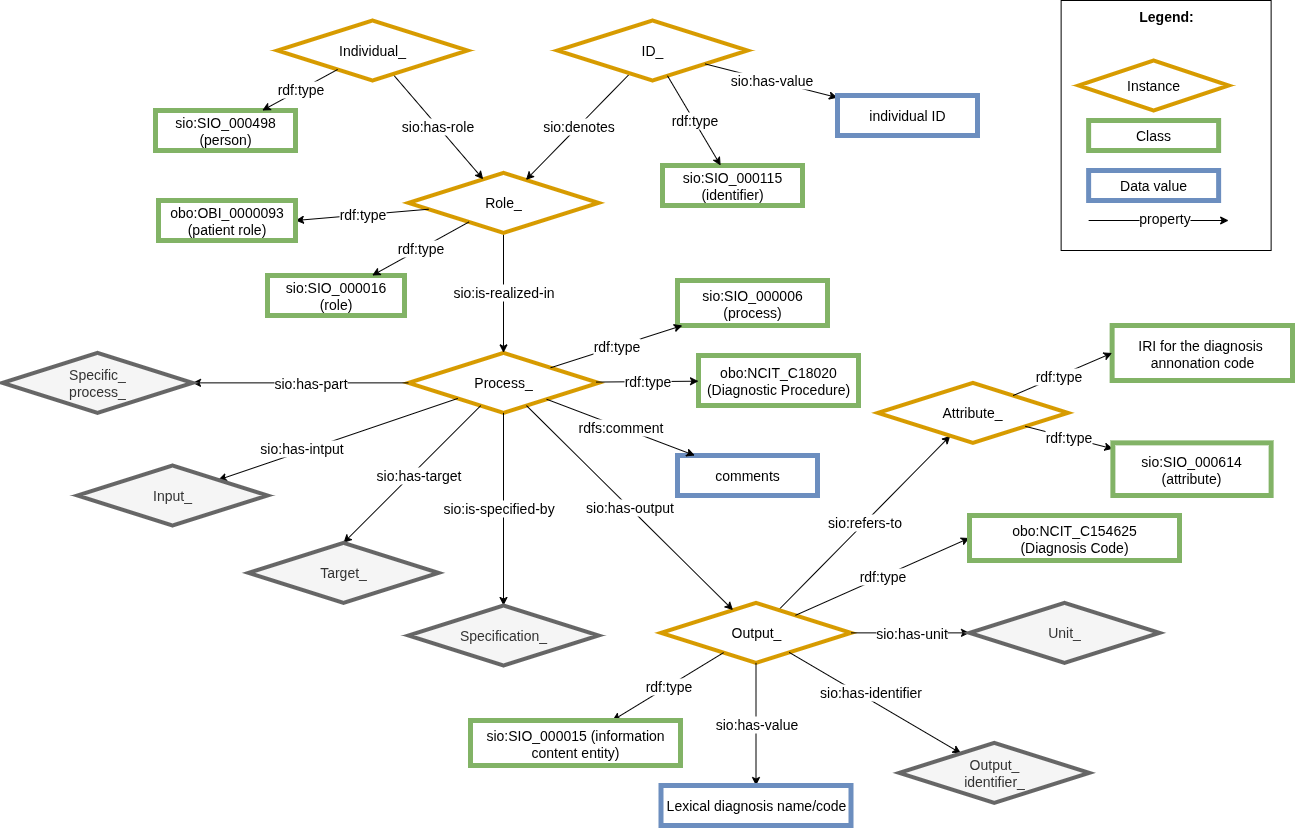
The draw.io diagram images/CARE-SM-Diagnosis.drawio.png in CARE-SM/CARE-Semantic-Model, before a commit. Source tidied: cells renumbered, new cells last; positions are measured from the earlier drawing's top-left corner, leaving out a move shared by most shapes.
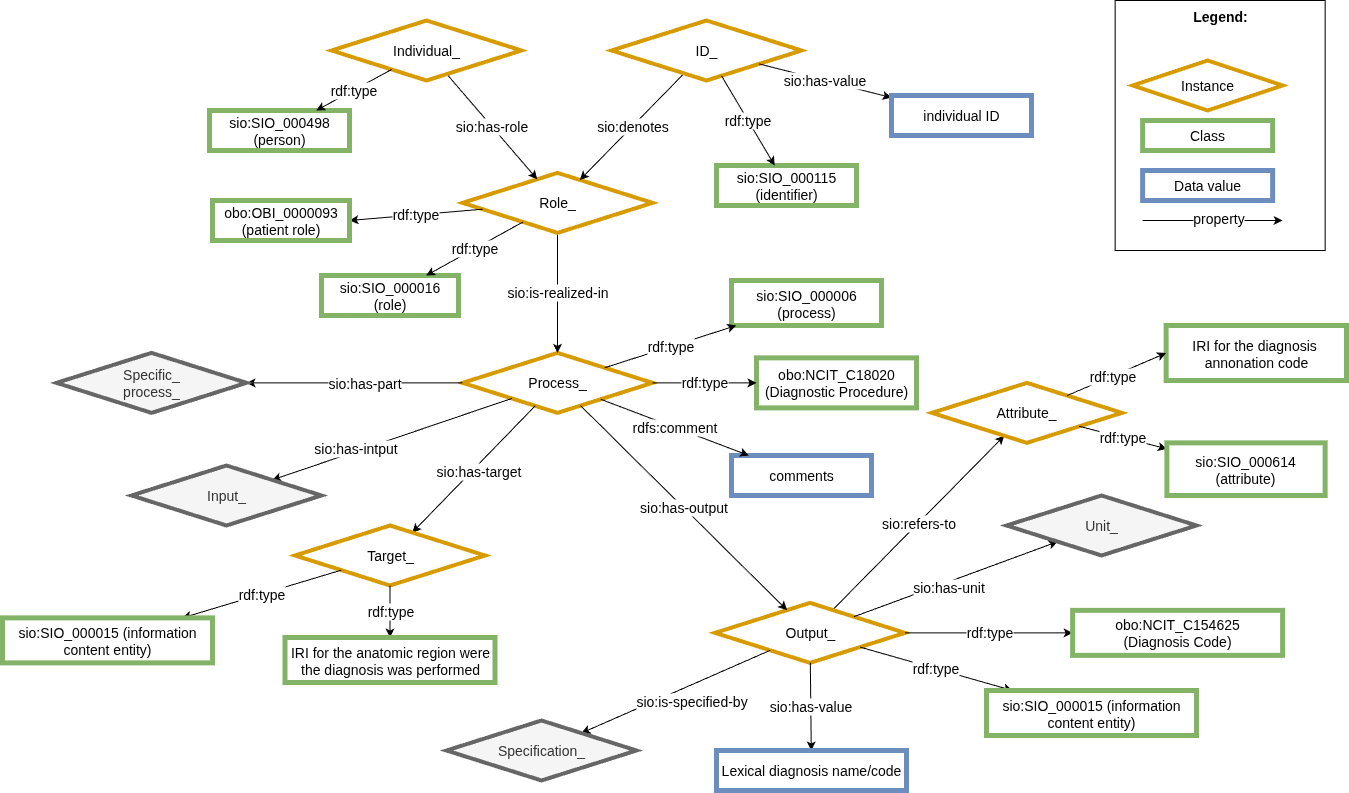
Above is the later version.

What changed in the source:
```diff
@@ -21,7 +21,7 @@
       <mxGeometry relative="1" as="geometry" />
     </mxCell>
     <mxCell id="8" value="&lt;font style=&quot;font-size: 14px;&quot;&gt;sio:SIO_000015 (information content entity)&lt;/font&gt;" style="whiteSpace=wrap;html=1;fillColor=#FFFFFF;strokeColor=#82b366;strokeWidth=5;fontSize=14;" parent="1" vertex="1">
-      <mxGeometry x="468" y="720" width="210" height="45" as="geometry" />
+      <mxGeometry x="930" y="690" width="210" height="45" as="geometry" />
     </mxCell>
     <mxCell id="9" value="Role_" style="rhombus;whiteSpace=wrap;html=1;fillColor=#FFFFFF;strokeColor=#D79B00;perimeter=rhombusPerimeter;arcSize=20;comic=0;enumerate=0;strokeWidth=4;rounded=0;fontSize=14;" parent="1" vertex="1">
       <mxGeometry x="406" y="172.4" width="190" height="60" as="geometry" />
@@ -64,7 +64,7 @@
         <mxPoint x="-61" y="18" as="offset" />
       </mxGeometry>
     </mxCell>
-    <mxCell id="22" style="edgeStyle=none;rounded=0;jettySize=auto;html=1;strokeWidth=1;fontSize=14;" parent="1" edge="1" source="4" target="24">
+    <mxCell id="22" style="edgeStyle=none;rounded=0;jettySize=auto;html=1;strokeWidth=1;fontSize=14;" parent="1" edge="1" source="3" target="24">
       <mxGeometry relative="1" as="geometry" />
     </mxCell>
     <mxCell id="23" value="sio:is-specified-by" style="edgeLabel;html=1;align=center;verticalAlign=middle;fontSize=14;" parent="22" vertex="1">
@@ -73,7 +73,7 @@
       </mxGeometry>
     </mxCell>
     <mxCell id="24" value="Specification_" style="rhombus;whiteSpace=wrap;html=1;fillColor=#f5f5f5;strokeColor=#666666;perimeter=rhombusPerimeter;arcSize=20;comic=0;enumerate=0;strokeWidth=4;rounded=0;fontSize=14;fontColor=#333333;" parent="1" vertex="1">
-      <mxGeometry x="406" y="605" width="190" height="60" as="geometry" />
+      <mxGeometry x="390" y="720" width="190" height="60" as="geometry" />
     </mxCell>
     <mxCell id="25" value="Input_" style="rhombus;whiteSpace=wrap;html=1;fillColor=#f5f5f5;strokeColor=#666666;perimeter=rhombusPerimeter;arcSize=20;comic=0;enumerate=0;strokeWidth=4;rounded=0;fontSize=14;fontColor=#333333;" parent="1" vertex="1">
       <mxGeometry x="75" y="465" width="190" height="60" as="geometry" />
@@ -87,7 +87,7 @@
       </mxGeometry>
     </mxCell>
     <mxCell id="28" value="Unit_" style="rhombus;whiteSpace=wrap;html=1;fillColor=#f5f5f5;strokeColor=#666666;perimeter=rhombusPerimeter;arcSize=20;comic=0;enumerate=0;strokeWidth=4;rounded=0;fontSize=14;fontColor=#333333;" parent="1" vertex="1">
-      <mxGeometry x="967" y="602.4" width="190" height="60" as="geometry" />
+      <mxGeometry x="950" y="495" width="190" height="60" as="geometry" />
     </mxCell>
     <mxCell id="29" value="&lt;div style=&quot;text-align: left; font-size: 14px;&quot;&gt;&lt;span style=&quot;background-color: initial; font-size: 14px;&quot;&gt;&lt;b style=&quot;font-size: 14px;&quot;&gt;&lt;font style=&quot;font-size: 14px;&quot;&gt;Legend:&lt;/font&gt;&lt;/b&gt;&lt;/span&gt;&lt;/div&gt;&lt;div style=&quot;text-align: left; font-size: 14px;&quot;&gt;&lt;span style=&quot;background-color: initial; font-size: 14px;&quot;&gt;&lt;br style=&quot;font-size: 14px;&quot;&gt;&lt;/span&gt;&lt;/div&gt;&lt;div style=&quot;text-align: left; font-size: 14px;&quot;&gt;&lt;span style=&quot;background-color: initial; font-size: 14px;&quot;&gt;&lt;br style=&quot;font-size: 14px;&quot;&gt;&lt;/span&gt;&lt;/div&gt;&lt;div style=&quot;text-align: left; font-size: 14px;&quot;&gt;&lt;span style=&quot;background-color: initial; font-size: 14px;&quot;&gt;&lt;br style=&quot;font-size: 14px;&quot;&gt;&lt;/span&gt;&lt;/div&gt;&lt;div style=&quot;text-align: left; font-size: 14px;&quot;&gt;&lt;br style=&quot;font-size: 14px;&quot;&gt;&lt;/div&gt;&lt;div style=&quot;text-align: left; font-size: 14px;&quot;&gt;&lt;br style=&quot;font-size: 14px;&quot;&gt;&lt;/div&gt;&lt;div style=&quot;text-align: left; font-size: 14px;&quot;&gt;&lt;br style=&quot;font-size: 14px;&quot;&gt;&lt;/div&gt;&lt;div style=&quot;text-align: left; font-size: 14px;&quot;&gt;&lt;br style=&quot;font-size: 14px;&quot;&gt;&lt;/div&gt;&lt;div style=&quot;text-align: left; font-size: 14px;&quot;&gt;&lt;br style=&quot;font-size: 14px;&quot;&gt;&lt;/div&gt;&lt;div style=&quot;text-align: left; font-size: 14px;&quot;&gt;&lt;span style=&quot;background-color: initial; font-size: 14px;&quot;&gt;&lt;br style=&quot;font-size: 14px;&quot;&gt;&lt;/span&gt;&lt;/div&gt;&lt;div style=&quot;text-align: left; font-size: 14px;&quot;&gt;&lt;span style=&quot;background-color: initial; font-size: 14px;&quot;&gt;&lt;br style=&quot;font-size: 14px;&quot;&gt;&lt;/span&gt;&lt;/div&gt;&lt;div style=&quot;text-align: left; font-size: 14px;&quot;&gt;&lt;span style=&quot;background-color: initial; font-size: 14px;&quot;&gt;&lt;br style=&quot;font-size: 14px;&quot;&gt;&lt;/span&gt;&lt;/div&gt;&lt;div style=&quot;text-align: left; font-size: 14px;&quot;&gt;&lt;span style=&quot;background-color: initial; font-size: 14px;&quot;&gt;&lt;br style=&quot;font-size: 14px;&quot;&gt;&lt;/span&gt;&lt;/div&gt;&lt;div style=&quot;text-align: left; font-size: 14px;&quot;&gt;&lt;span style=&quot;background-color: initial; font-size: 14px;&quot;&gt;&lt;br style=&quot;font-size: 14px;&quot;&gt;&lt;/span&gt;&lt;/div&gt;" style="rounded=0;whiteSpace=wrap;html=1;fontSize=14;" parent="1" vertex="1">
       <mxGeometry x="1058.6" width="210" height="250" as="geometry" />
@@ -110,7 +110,7 @@
     <mxCell id="34" value="rdf:type" style="edgeStyle=none;rounded=0;jettySize=auto;html=1;fontSize=14;" parent="1" edge="1" source="13" target="19">
       <mxGeometry relative="1" as="geometry" />
     </mxCell>
-    <mxCell id="35" style="edgeStyle=none;rounded=0;jettySize=auto;html=1;entryX=0.5;entryY=0;entryDx=0;entryDy=0;fontSize=14;" parent="1" edge="1" source="4" target="37">
+    <mxCell id="35" style="edgeStyle=none;rounded=0;jettySize=auto;html=1;fontSize=14;" parent="1" edge="1" source="4" target="37">
       <mxGeometry relative="1" as="geometry" />
     </mxCell>
     <mxCell id="36" value="sio:has-target" style="edgeLabel;html=1;align=center;verticalAlign=middle;fontSize=14;" parent="35" vertex="1">
@@ -118,9 +118,6 @@
         <mxPoint x="-8" y="16" as="offset" />
       </mxGeometry>
     </mxCell>
-    <mxCell id="37" value="Target_" style="rhombus;whiteSpace=wrap;html=1;fillColor=#f5f5f5;strokeColor=#666666;perimeter=rhombusPerimeter;arcSize=20;comic=0;enumerate=0;strokeWidth=4;rounded=0;fontSize=14;fontColor=#333333;" parent="1" vertex="1">
-      <mxGeometry x="246" y="542.4" width="190" height="60" as="geometry" />
-    </mxCell>
     <mxCell id="38" value="sio:has-output" style="edgeStyle=none;rounded=0;jettySize=auto;html=1;fontSize=14;" parent="1" edge="1" source="4" target="3">
       <mxGeometry relative="1" as="geometry" />
     </mxCell>
@@ -135,17 +132,6 @@
     <mxCell id="41" value="Specific_&lt;div&gt;process_&lt;/div&gt;" style="rhombus;whiteSpace=wrap;html=1;fillColor=#f5f5f5;strokeColor=#666666;perimeter=rhombusPerimeter;arcSize=20;comic=0;enumerate=0;strokeWidth=4;rounded=0;fontSize=14;fontColor=#333333;" parent="1" vertex="1">
       <mxGeometry y="352.4" width="190" height="60" as="geometry" />
     </mxCell>
-    <mxCell id="42" style="edgeStyle=none;rounded=0;jettySize=auto;html=1;fontSize=14;" parent="1" edge="1" source="3" target="44">
-      <mxGeometry relative="1" as="geometry" />
-    </mxCell>
-    <mxCell id="43" value="sio:has-identifier" style="edgeLabel;html=1;align=center;verticalAlign=middle;fontSize=14;" parent="42" vertex="1">
-      <mxGeometry x="-0.21" y="-1" relative="1" as="geometry">
-        <mxPoint x="13" y="-1" as="offset" />
-      </mxGeometry>
-    </mxCell>
-    <mxCell id="44" value="Output_&lt;div style=&quot;font-size: 14px;&quot;&gt;identifier_&lt;/div&gt;" style="rhombus;whiteSpace=wrap;html=1;fillColor=#f5f5f5;strokeColor=#666666;perimeter=rhombusPerimeter;arcSize=20;comic=0;enumerate=0;strokeWidth=4;rounded=0;fontSize=14;fontColor=#333333;" parent="1" vertex="1">
-      <mxGeometry x="896.8" y="742.4" width="190" height="60" as="geometry" />
-    </mxCell>
     <mxCell id="45" value="rdf:type" style="edgeStyle=none;rounded=0;jettySize=auto;html=1;fontSize=14;" parent="1" edge="1" source="9" target="17">
       <mxGeometry relative="1" as="geometry" />
     </mxCell>
@@ -156,7 +142,7 @@
       <mxGeometry relative="1" as="geometry" />
     </mxCell>
     <mxCell id="48" value="obo:NCIT_C154625&lt;div&gt;(Diagnosis Code)&lt;/div&gt;" style="whiteSpace=wrap;html=1;fillColor=#FFFFFF;strokeColor=#82b366;strokeWidth=5;fontSize=14;" parent="1" vertex="1">
-      <mxGeometry x="967" y="515" width="210" height="45" as="geometry" />
+      <mxGeometry x="1016.1" y="609.9" width="210" height="45" as="geometry" />
     </mxCell>
     <mxCell id="49" value="&lt;span style=&quot;background-color: initial;&quot;&gt;&lt;div style=&quot;&quot;&gt;&lt;div&gt;IRI for the diagnosis&amp;nbsp;&lt;/div&gt;&lt;div&gt;annonation code&lt;/div&gt;&lt;/div&gt;&lt;/span&gt;" style="whiteSpace=wrap;html=1;fillColor=#FFFFFF;strokeColor=#82b366;strokeWidth=5;fontSize=14;" parent="1" vertex="1">
       <mxGeometry x="1109.6" y="325" width="180.4" height="55" as="geometry" />
@@ -168,7 +154,7 @@
       <mxGeometry relative="1" as="geometry" />
     </mxCell>
     <mxCell id="52" value="&lt;font style=&quot;font-size: 14px;&quot;&gt;Lexical diagnosis name/code&lt;/font&gt;" style="whiteSpace=wrap;html=1;fillColor=#FFFFFF;strokeColor=#6c8ebf;strokeWidth=5;fontSize=14;" parent="1" vertex="1">
-      <mxGeometry x="658.5" y="785" width="190" height="40" as="geometry" />
+      <mxGeometry x="660" y="750" width="190" height="40" as="geometry" />
     </mxCell>
     <mxCell id="53" value="rdf:type" style="edgeStyle=none;rounded=0;jettySize=auto;html=1;entryX=1;entryY=0.5;entryDx=0;entryDy=0;fontSize=14;" parent="1" edge="1" source="9" target="54">
       <mxGeometry relative="1" as="geometry" />
@@ -183,7 +169,7 @@
       <mxGeometry x="835" y="95" width="140" height="40" as="geometry" />
     </mxCell>
     <mxCell id="57" value="obo:NCIT_C18020&lt;div&gt;(Diagnostic Procedure)&lt;/div&gt;" style="whiteSpace=wrap;html=1;fillColor=#FFFFFF;strokeColor=#82b366;strokeWidth=5;fontSize=14;" parent="1" vertex="1">
-      <mxGeometry x="696" y="355" width="160" height="50" as="geometry" />
+      <mxGeometry x="700" y="357.4" width="160" height="50" as="geometry" />
     </mxCell>
     <mxCell id="58" value="rdf:type" style="edgeStyle=none;rounded=0;jettySize=auto;html=1;fontSize=14;" parent="1" edge="1" source="4" target="57">
       <mxGeometry relative="1" as="geometry" />
@@ -197,5 +183,20 @@
     <mxCell id="61" value="rdf:type" style="edgeStyle=none;rounded=0;jettySize=auto;html=1;fontSize=14;" parent="1" edge="1" source="4" target="6">
       <mxGeometry relative="1" as="geometry" />
     </mxCell>
+    <mxCell id="37" value="Target_" style="rhombus;whiteSpace=wrap;html=1;fillColor=#FFFFFF;strokeColor=#D79B00;perimeter=rhombusPerimeter;arcSize=20;comic=0;enumerate=0;strokeWidth=4;rounded=0;fontSize=14;" parent="1" vertex="1">
+      <mxGeometry x="238.5" y="525" width="190" height="60" as="geometry" />
+    </mxCell>
+    <mxCell id="62" value="rdf:type" style="edgeStyle=none;rounded=0;jettySize=auto;html=1;fontSize=14;" parent="1" edge="1" source="37" target="63">
+      <mxGeometry relative="1" as="geometry" />
+    </mxCell>
+    <mxCell id="63" value="&lt;font style=&quot;font-size: 14px;&quot;&gt;sio:SIO_000015 (information content entity)&lt;/font&gt;" style="whiteSpace=wrap;html=1;fillColor=#FFFFFF;strokeColor=#82b366;strokeWidth=5;fontSize=14;" parent="1" vertex="1">
+      <mxGeometry x="-54" y="617.4" width="210" height="45" as="geometry" />
+    </mxCell>
+    <mxCell id="64" value="rdf:type" style="edgeStyle=none;rounded=0;jettySize=auto;html=1;fontSize=14;" parent="1" edge="1" source="37" target="65">
+      <mxGeometry relative="1" as="geometry" />
+    </mxCell>
+    <mxCell id="65" value="IRI for the anatomic region were the diagnosis was performed" style="whiteSpace=wrap;html=1;fillColor=#FFFFFF;strokeColor=#82b366;strokeWidth=5;fontSize=14;" parent="1" vertex="1">
+      <mxGeometry x="228.5" y="637" width="210" height="45" as="geometry" />
+    </mxCell>
   </root>
 </mxGraphModel>
```
